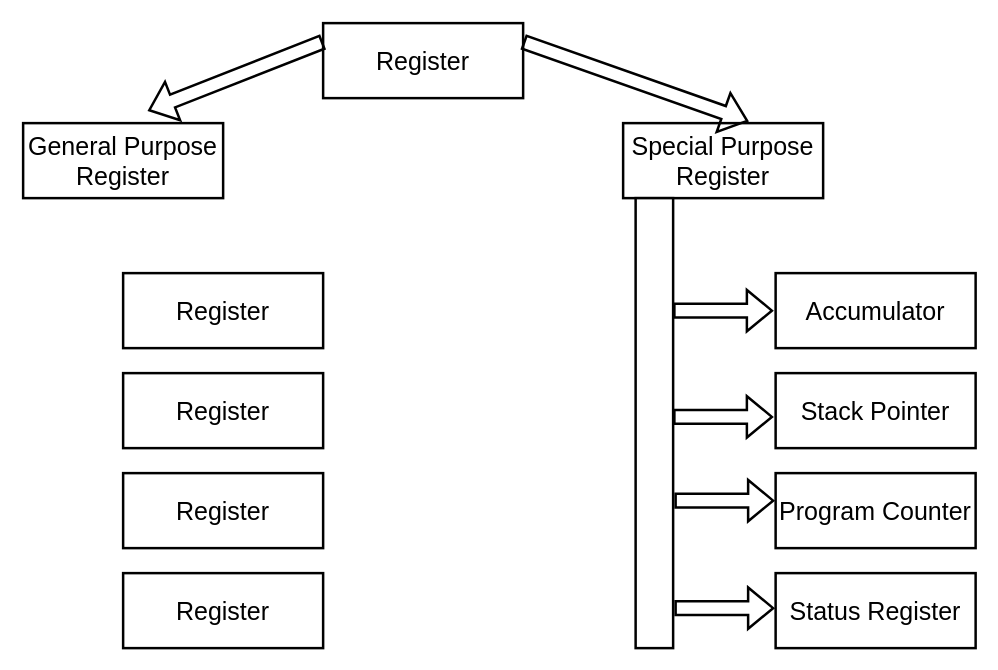
Above: Untitled Diagram.drawio in mzndnes/resume (draw.io), before the change. Source tidied: cells renumbered, new cells numbered last; positions are measured from the earlier drawing's top-left corner, leaving out a move shared by most shapes. Both pictures are drawn from the tidied source at 125%, with x=0, y=0 at pixel (22, 22).
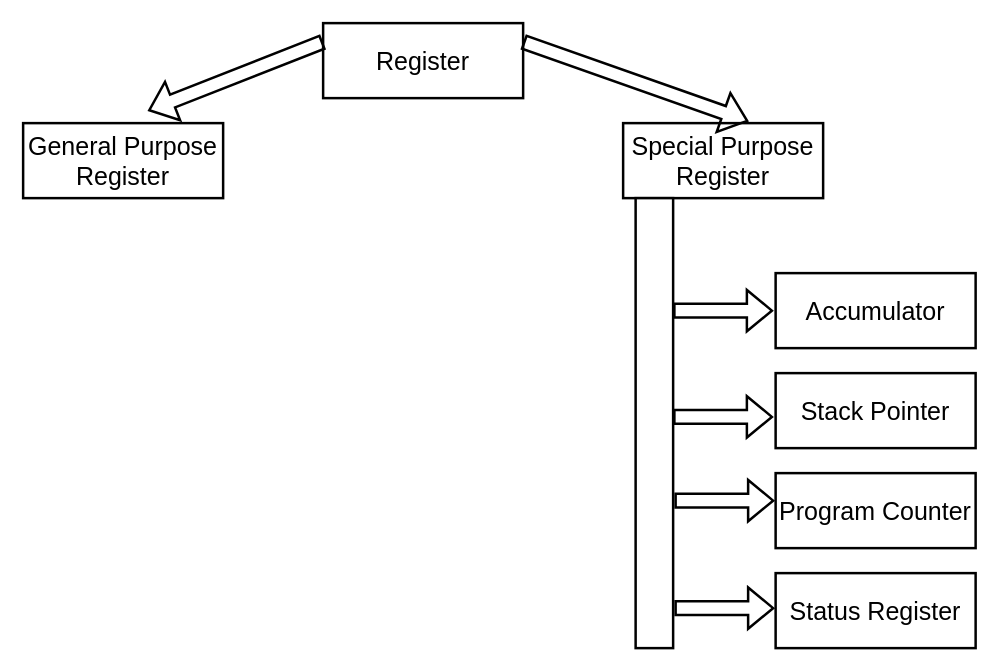
The same diagram, later.

Diff of the diagram source:
```diff
@@
-    <mxCell id="5" value="Register" style="rounded=0;whiteSpace=wrap;html=1;strokeWidth=2;fontSize=20;" parent="1" vertex="1">
-      <mxGeometry x="80" y="200" width="160" height="60" as="geometry" />
-    </mxCell>
-    <mxCell id="6" value="Register" style="rounded=0;whiteSpace=wrap;html=1;strokeWidth=2;fontSize=20;" parent="1" vertex="1">
-      <mxGeometry x="80" y="280" width="160" height="60" as="geometry" />
-    </mxCell>
-    <mxCell id="7" value="Register" style="rounded=0;whiteSpace=wrap;html=1;strokeWidth=2;fontSize=20;" parent="1" vertex="1">
-      <mxGeometry x="80" y="360" width="160" height="60" as="geometry" />
-    </mxCell>
-    <mxCell id="8" value="Register" style="rounded=0;whiteSpace=wrap;html=1;strokeWidth=2;fontSize=20;" parent="1" vertex="1">
-      <mxGeometry x="80" y="440" width="160" height="60" as="geometry" />
-    </mxCell>
```
